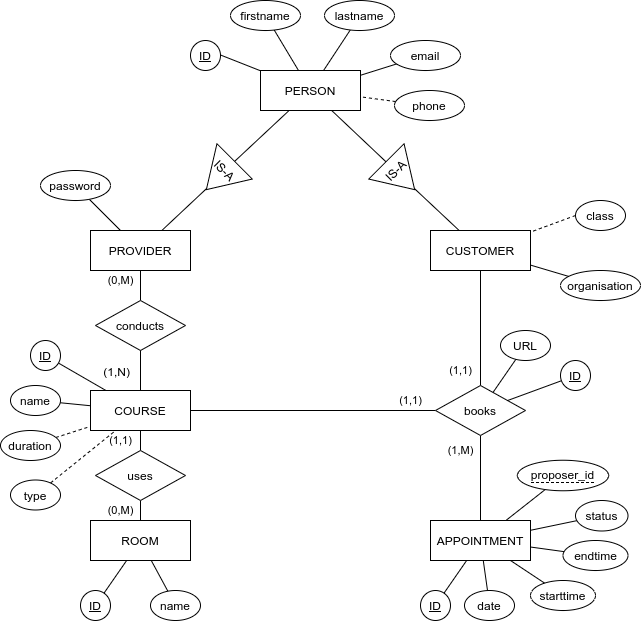
docweirdo/verplant keeps this draw.io diagram as erm.png. Above is the earlier version. Source tidied: cells renumbered, new cells last; positions are measured from the earlier drawing's top-left corner, leaving out a move shared by most shapes.
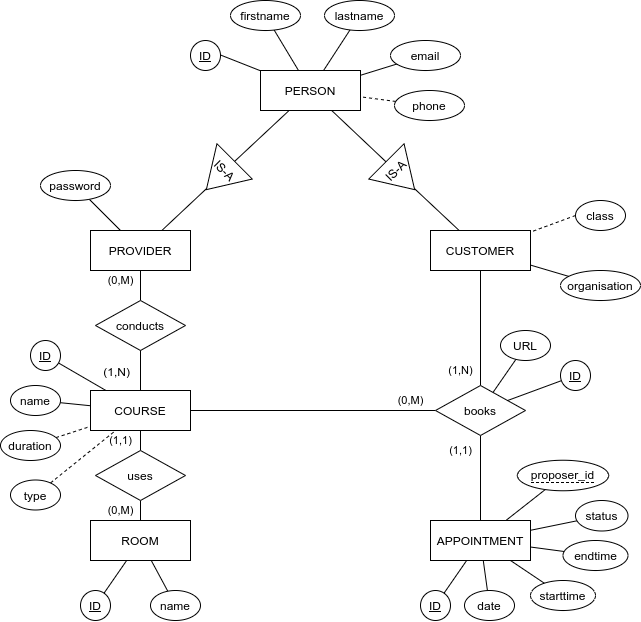
The same diagram one commit later.

Commit message:
fixed mistake in ER Model

The edit, as a diff of the source:
```diff
@@ -69,13 +69,13 @@
     <mxCell id="22" value="uses" style="shape=rhombus;perimeter=rhombusPerimeter;whiteSpace=wrap;html=1;align=center;" parent="1" vertex="1">
       <mxGeometry x="95" y="450" width="90" height="50" as="geometry" />
     </mxCell>
-    <mxCell id="23" value="(1,1)" style="edgeStyle=none;rounded=0;jettySize=auto;html=1;exitX=0.5;exitY=0;exitDx=0;exitDy=0;endArrow=none;endFill=0;" parent="1" edge="1" source="26" target="7">
+    <mxCell id="23" value="(1,N)" style="edgeStyle=none;rounded=0;jettySize=auto;html=1;exitX=0.5;exitY=0;exitDx=0;exitDy=0;endArrow=none;endFill=0;" parent="1" edge="1" source="26" target="7">
       <mxGeometry x="-0.74" y="20" relative="1" as="geometry" />
     </mxCell>
-    <mxCell id="24" value="(1,1)" style="edgeStyle=none;rounded=0;jettySize=auto;html=1;exitX=0;exitY=0.5;exitDx=0;exitDy=0;endArrow=none;endFill=0;" parent="1" edge="1" source="26" target="8">
+    <mxCell id="24" value="(0,M)" style="edgeStyle=none;rounded=0;jettySize=auto;html=1;exitX=0;exitY=0.5;exitDx=0;exitDy=0;endArrow=none;endFill=0;" parent="1" edge="1" source="26" target="8">
       <mxGeometry x="-0.8" y="-10" relative="1" as="geometry" />
     </mxCell>
-    <mxCell id="25" value="(1,M)" style="edgeStyle=none;rounded=0;jettySize=auto;html=1;endArrow=none;endFill=0;" parent="1" edge="1" source="26" target="9">
+    <mxCell id="25" value="(1,1)" style="edgeStyle=none;rounded=0;jettySize=auto;html=1;endArrow=none;endFill=0;" parent="1" edge="1" source="26" target="9">
       <mxGeometry x="-0.65" y="-20" relative="1" as="geometry" />
     </mxCell>
     <mxCell id="26" value="books" style="shape=rhombus;perimeter=rhombusPerimeter;whiteSpace=wrap;html=1;align=center;" parent="1" vertex="1">
```
